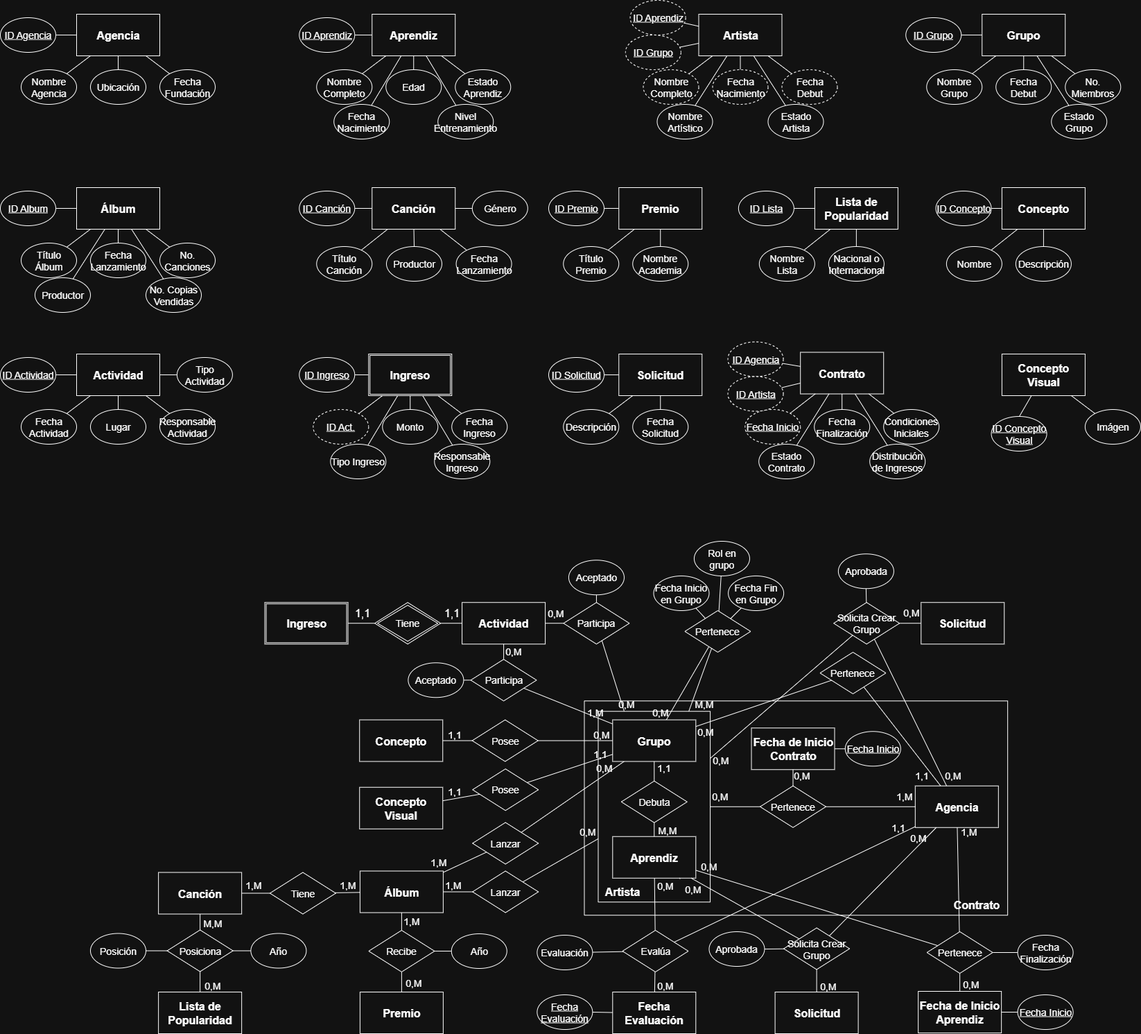
Before: Merx.png, a diagram exported from draw.io (Amarantomc/K-Pop-Groups-Manager). Source tidied: cells renumbered, new cells last; positions are measured from the earlier drawing's top-left corner, leaving out a move shared by most shapes.
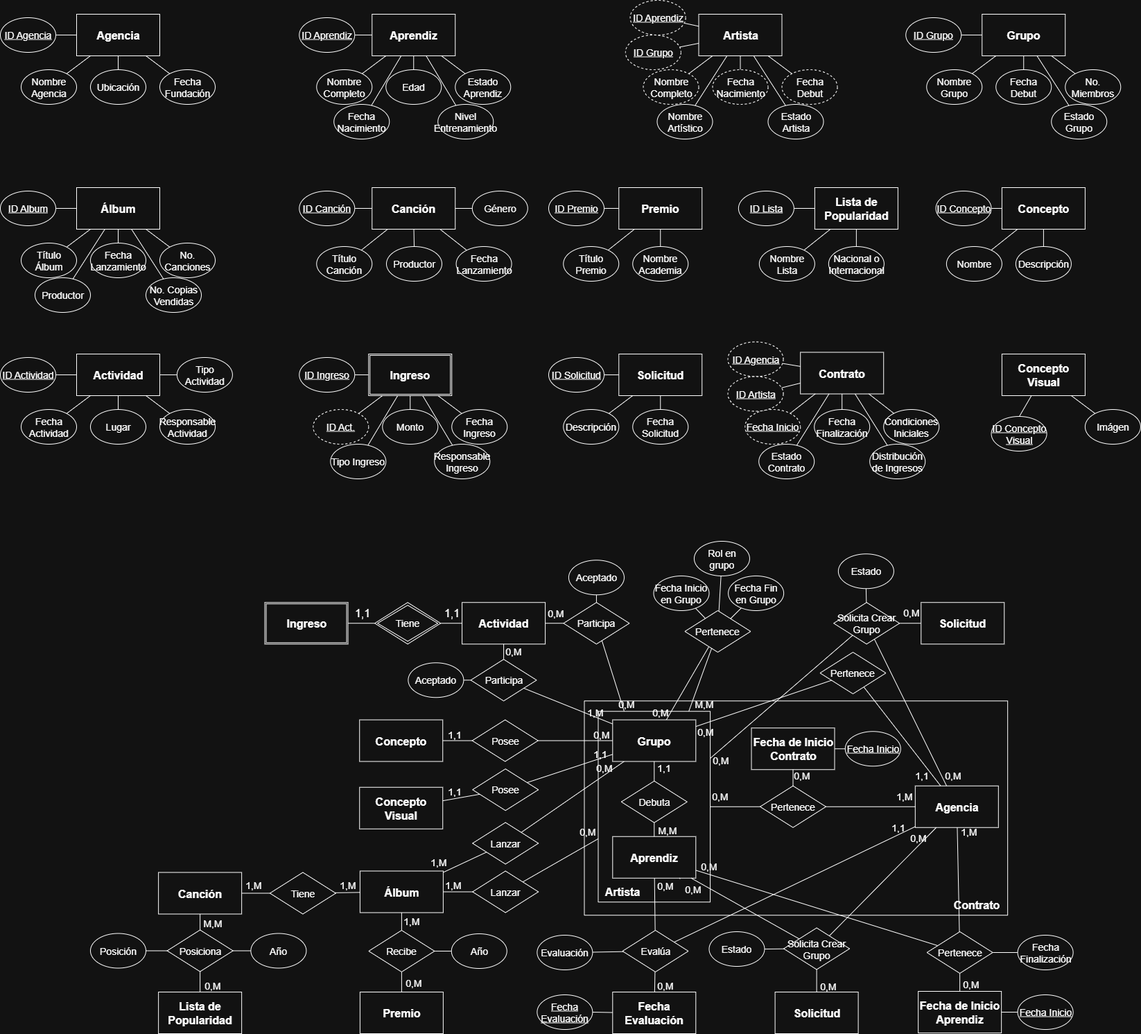
Later version of the same file.

Change to the diagram source:
```diff
@@ -767,7 +767,7 @@
     <mxCell id="256" style="edgeStyle=none;rounded=0;jettySize=auto;html=1;endArrow=none;endFill=0;" parent="1" edge="1" source="257" target="236">
       <mxGeometry relative="1" as="geometry" />
     </mxCell>
-    <mxCell id="257" value="Aprobada" style="ellipse;whiteSpace=wrap;html=1;fontSize=14;" parent="1" vertex="1">
+    <mxCell id="257" value="Estado" style="ellipse;whiteSpace=wrap;html=1;fontSize=14;" parent="1" vertex="1">
       <mxGeometry x="1022.5" y="1343" width="80" height="50" as="geometry" />
     </mxCell>
     <mxCell id="258" style="edgeStyle=none;rounded=0;jettySize=auto;html=1;endArrow=none;endFill=0;" parent="1" edge="1" source="259" target="250">
@@ -818,7 +818,7 @@
     <mxCell id="273" style="edgeStyle=none;rounded=0;jettySize=auto;html=1;endArrow=none;endFill=0;" parent="1" edge="1" source="274" target="246">
       <mxGeometry relative="1" as="geometry" />
     </mxCell>
-    <mxCell id="274" value="Aprobada" style="ellipse;whiteSpace=wrap;html=1;fontSize=14;" parent="1" vertex="1">
+    <mxCell id="274" value="Estado" style="ellipse;whiteSpace=wrap;html=1;fontSize=14;" parent="1" vertex="1">
       <mxGeometry x="1208.9" y="798.2" width="80" height="50" as="geometry" />
     </mxCell>
     <mxCell id="275" value="&lt;span style=&quot;font-size: 16px;&quot;&gt;&lt;font style=&quot;font-size: 16px;&quot;&gt;Concepto&lt;/font&gt;&lt;/span&gt;" style="rounded=0;whiteSpace=wrap;html=1;fontSize=16;fontStyle=1;" parent="1" vertex="1">
```
